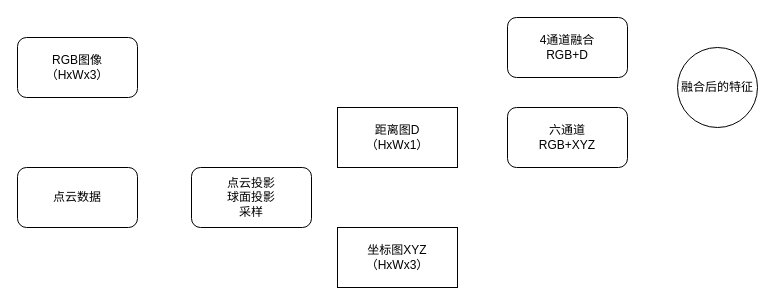
Earlier version of the draw.io diagram table.drawio (Albertchamberlain/draw_io). Source tidied: cells renumbered, new cells numbered last; positions are measured from the earlier drawing's top-left corner, leaving out a move shared by most shapes. Both pictures are drawn from the tidied source at 100%, with x=0, y=0 at pixel (17, 17).
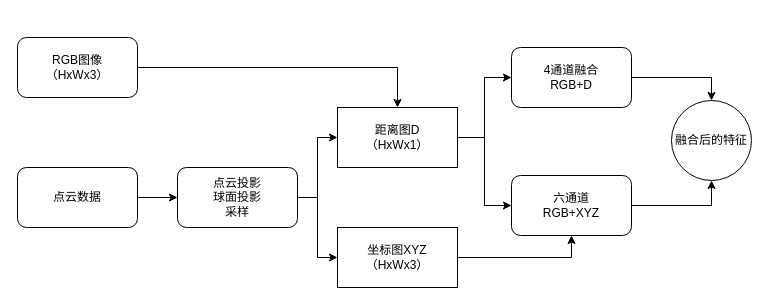
The same page after the edit.

The edit, as a diff of the source:
```diff
@@
 <mxGraphModel>
   <root>
     <mxCell id="0" />
     <mxCell id="1" parent="0" />
+    <mxCell id="10" style="edgeStyle=orthogonalEdgeStyle;rounded=0;jettySize=auto;html=1;entryX=0.5;entryY=0;entryDx=0;entryDy=0;" parent="1" edge="1" source="2" target="5">
+      <mxGeometry relative="1" as="geometry" />
+    </mxCell>
     <mxCell id="2" value="RGB图像&lt;div&gt;（HxWx3）&lt;/div&gt;" style="rounded=1;whiteSpace=wrap;html=1;" parent="1" vertex="1">
       <mxGeometry y="20" width="120" height="60" as="geometry" />
     </mxCell>
+    <mxCell id="11" style="edgeStyle=orthogonalEdgeStyle;rounded=0;jettySize=auto;html=1;exitX=1;exitY=0.5;exitDx=0;exitDy=0;entryX=0;entryY=0.5;entryDx=0;entryDy=0;" parent="1" edge="1" source="3" target="4">
+      <mxGeometry relative="1" as="geometry" />
+    </mxCell>
     <mxCell id="3" value="点云数据" style="rounded=1;whiteSpace=wrap;html=1;" parent="1" vertex="1">
       <mxGeometry y="150" width="120" height="60" as="geometry" />
     </mxCell>
+    <mxCell id="12" style="edgeStyle=orthogonalEdgeStyle;rounded=0;jettySize=auto;html=1;exitX=1;exitY=0.5;exitDx=0;exitDy=0;entryX=0;entryY=0.5;entryDx=0;entryDy=0;" parent="1" edge="1" source="4" target="5">
+      <mxGeometry relative="1" as="geometry" />
+    </mxCell>
+    <mxCell id="13" style="edgeStyle=orthogonalEdgeStyle;rounded=0;jettySize=auto;html=1;exitX=1;exitY=0.5;exitDx=0;exitDy=0;entryX=0;entryY=0.5;entryDx=0;entryDy=0;" parent="1" edge="1" source="4" target="6">
+      <mxGeometry relative="1" as="geometry" />
+    </mxCell>
     <mxCell id="4" value="点云投影&lt;div&gt;球面投影&lt;/div&gt;&lt;div&gt;采样&lt;/div&gt;" style="rounded=1;whiteSpace=wrap;html=1;" parent="1" vertex="1">
-      <mxGeometry x="174" y="150" width="120" height="60" as="geometry" />
+      <mxGeometry x="160" y="150" width="120" height="60" as="geometry" />
     </mxCell>
+    <mxCell id="14" style="edgeStyle=orthogonalEdgeStyle;rounded=0;jettySize=auto;html=1;exitX=1;exitY=0.5;exitDx=0;exitDy=0;entryX=0;entryY=0.5;entryDx=0;entryDy=0;" parent="1" edge="1" source="5" target="8">
+      <mxGeometry relative="1" as="geometry" />
+    </mxCell>
+    <mxCell id="15" style="edgeStyle=orthogonalEdgeStyle;rounded=0;jettySize=auto;html=1;exitX=1;exitY=0.5;exitDx=0;exitDy=0;entryX=0;entryY=0.5;entryDx=0;entryDy=0;" parent="1" edge="1" source="5" target="7">
+      <mxGeometry relative="1" as="geometry" />
+    </mxCell>
     <mxCell id="5" value="距离图D&lt;div&gt;（HxWx1）&lt;/div&gt;" style="rounded=0;whiteSpace=wrap;html=1;" parent="1" vertex="1">
       <mxGeometry x="320" y="90" width="120" height="60" as="geometry" />
     </mxCell>
+    <mxCell id="16" style="edgeStyle=orthogonalEdgeStyle;rounded=0;jettySize=auto;html=1;exitX=1;exitY=0.5;exitDx=0;exitDy=0;entryX=0.5;entryY=1;entryDx=0;entryDy=0;" parent="1" edge="1" source="6" target="7">
+      <mxGeometry relative="1" as="geometry" />
+    </mxCell>
     <mxCell id="6" value="坐标图XYZ&lt;div&gt;（HxWx3）&lt;/div&gt;" style="rounded=0;whiteSpace=wrap;html=1;" parent="1" vertex="1">
       <mxGeometry x="320" y="210" width="120" height="60" as="geometry" />
     </mxCell>
+    <mxCell id="17" style="edgeStyle=orthogonalEdgeStyle;rounded=0;jettySize=auto;html=1;exitX=1;exitY=0.5;exitDx=0;exitDy=0;entryX=0.5;entryY=1;entryDx=0;entryDy=0;" parent="1" edge="1" source="7" target="9">
+      <mxGeometry relative="1" as="geometry" />
+    </mxCell>
     <mxCell id="7" value="六通道&lt;div&gt;RGB+XYZ&lt;/div&gt;" style="rounded=1;whiteSpace=wrap;html=1;" parent="1" vertex="1">
-      <mxGeometry x="490" y="90" width="120" height="60" as="geometry" />
+      <mxGeometry x="494" y="158" width="120" height="60" as="geometry" />
     </mxCell>
+    <mxCell id="18" style="edgeStyle=orthogonalEdgeStyle;rounded=0;jettySize=auto;html=1;exitX=1;exitY=0.5;exitDx=0;exitDy=0;entryX=0.5;entryY=0;entryDx=0;entryDy=0;" parent="1" edge="1" source="8" target="9">
+      <mxGeometry relative="1" as="geometry" />
+    </mxCell>
     <mxCell id="8" value="4通道融合&lt;div&gt;RGB+D&lt;/div&gt;" style="rounded=1;whiteSpace=wrap;html=1;" parent="1" vertex="1">
-      <mxGeometry x="490" width="120" height="60" as="geometry" />
+      <mxGeometry x="494" y="30" width="120" height="60" as="geometry" />
     </mxCell>
     <mxCell id="9" value="融合后的特征" style="ellipse;whiteSpace=wrap;html=1;" parent="1" vertex="1">
-      <mxGeometry x="660" y="30" width="80" height="80" as="geometry" />
+      <mxGeometry x="654" y="83" width="80" height="80" as="geometry" />
     </mxCell>
   </root>
 </mxGraphModel>
```
